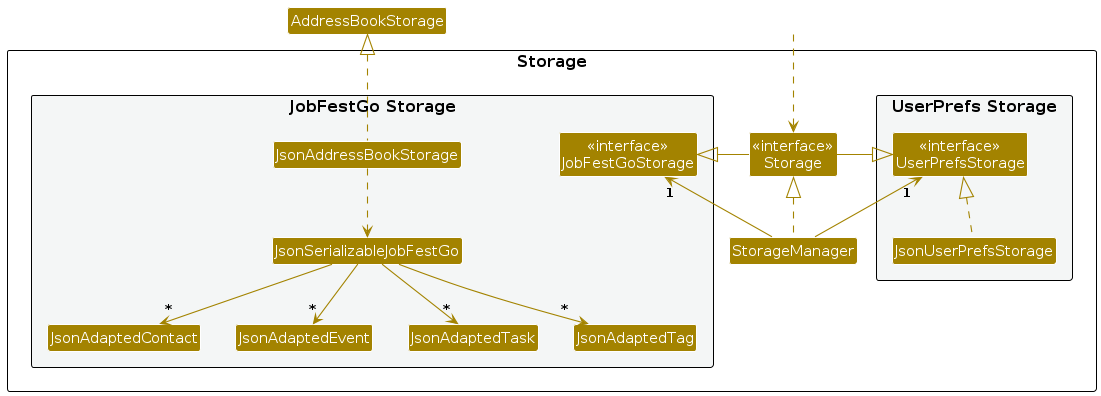
This is diagrams/StorageClassDiagram.png from AY2324S1-CS2103T-T09-1/tp, a PlantUML export, as it was before one commit. Its source is kept beside it as diagrams/StorageClassDiagram.puml.
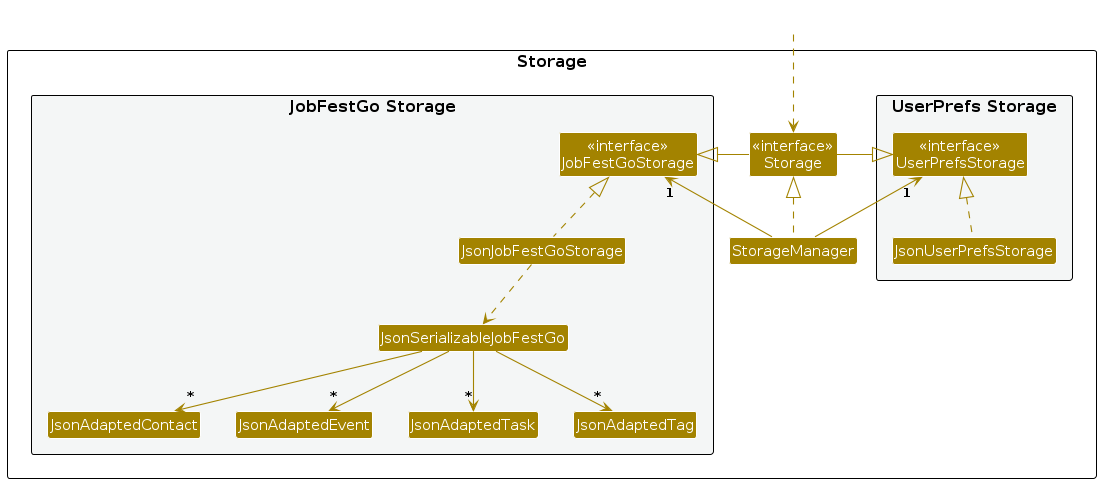
The same file after the commit.

Diff of the diagram source:
```diff
@@ -16,7 +16,7 @@
 
 package "JobFestGo Storage" #F4F6F6{
 Class "<<interface>>\nJobFestGoStorage" as JobFestGoStorage
-Class JsonAddressBookStorage
+Class JsonJobFestGoStorage
 Class JsonSerializableJobFestGo
 Class JsonAdaptedContact
 Class JsonAdaptedEvent
@@ -37,8 +37,8 @@
 Storage -right-|> JobFestGoStorage
 
 JsonUserPrefsStorage .up.|> UserPrefsStorage
-JsonAddressBookStorage .up.|> AddressBookStorage
-JsonAddressBookStorage ..> JsonSerializableJobFestGo
+JsonJobFestGoStorage .up.|> JobFestGoStorage
+JsonJobFestGoStorage ..> JsonSerializableJobFestGo
 JsonSerializableJobFestGo --> "*" JsonAdaptedContact
 JsonSerializableJobFestGo --> "*" JsonAdaptedEvent
 JsonSerializableJobFestGo --> "*" JsonAdaptedTask
```
